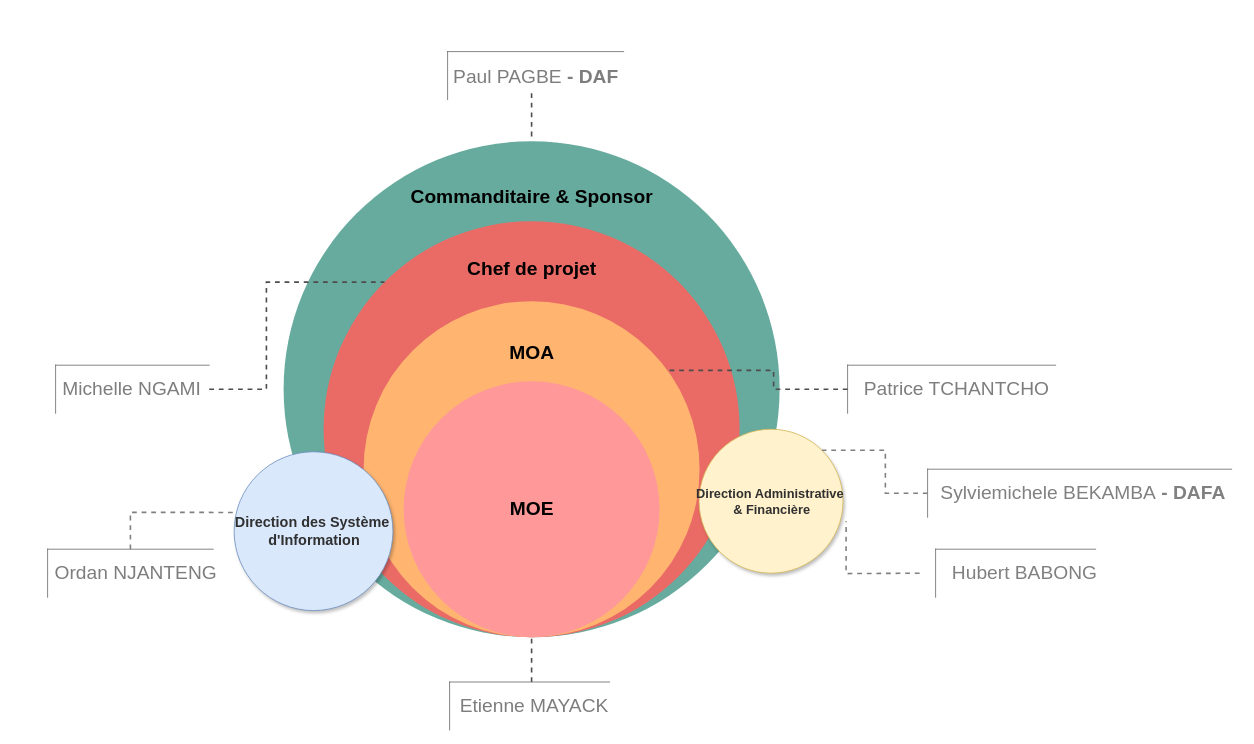
Before: page "Gouvernance du Projet" (5 of 5) of Conception_DSF.drawio in Michelle-Ngami/Conception_DSF, a draw.io diagram. Source tidied: cells renumbered, new cells numbered last; positions are measured from the earlier drawing's top-left corner, leaving out a move shared by most shapes. Both pictures are drawn from the tidied source at 80%, with x=0, y=0 at pixel (43, 51).
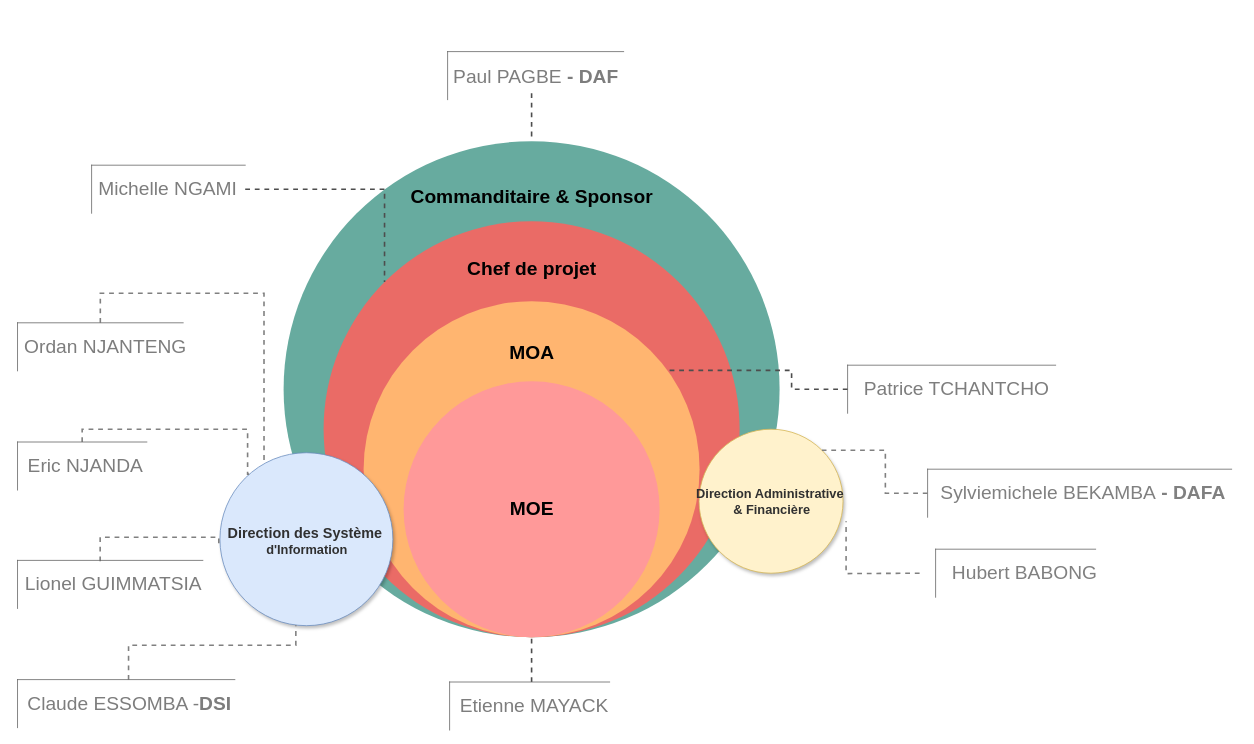
The same diagram, later.

The change refers to these unchanged cells:
```xml
<mxCell id="13" style="shape=partialRectangle;whiteSpace=wrap;html=1;bottom=0;right=0;fillColor=none;strokeColor=#666666;" parent="12" vertex="1">
  <mxGeometry width="260" height="60" as="geometry" />
</mxCell>
<mxCell id="24" style="ellipse;whiteSpace=wrap;html=1;fillColor=#FFB570;strokeColor=none;" parent="23" vertex="1">
  <mxGeometry width="420" height="420" as="geometry" />
</mxCell>
```

Diff of the diagram source:
```diff
@@
     <mxCell id="9" style="group;rotation=0;flipV=1;" parent="1" vertex="1">
-      <mxGeometry x="5" y="392" width="205" height="60" as="geometry" />
+      <mxGeometry x="50" y="142" width="205" height="60" as="geometry" />
     </mxCell>
@@
     <mxCell id="31" style="edgeStyle=orthogonalEdgeStyle;shape=connector;rounded=0;jettySize=auto;html=1;entryX=0.897;entryY=0.206;entryDx=0;entryDy=0;dashed=1;strokeColor=#4D4D4D;align=center;verticalAlign=middle;fontFamily=Helvetica;fontSize=11;fontColor=default;labelBackgroundColor=default;endArrow=none;endFill=0;strokeWidth=2;exitX=0;exitY=0.5;exitDx=0;exitDy=0;entryPerimeter=0;" parent="1" edge="1" source="13" target="24">
-      <mxGeometry relative="1" as="geometry" />
+      <mxGeometry relative="1" as="geometry">
+        <Array as="points">
+          <mxPoint x="935" y="422" />
+          <mxPoint x="935" y="398" />
+        </Array>
+      </mxGeometry>
     </mxCell>
     <mxCell id="32" style="group;" parent="1" vertex="1">
-      <mxGeometry x="225" y="487" width="231.6" height="225" as="geometry" />
+      <mxGeometry x="206" y="487" width="252.2" height="245" as="geometry" />
     </mxCell>
     <mxCell id="33" style="ellipse;whiteSpace=wrap;html=1;fillColor=#dae8fc;strokeColor=#6c8ebf;shadow=1;" parent="32" vertex="1">
-      <mxGeometry x="13.2" y="13.2" width="198.5" height="198.5" as="geometry" />
+      <mxGeometry x="14.4" y="14.4" width="216.2" height="216.2" as="geometry" />
     </mxCell>
-    <mxCell id="34" value="&lt;span style=&quot;font-family: Calibri; color: rgb(48, 48, 48);&quot;&gt;&lt;strong style=&quot;&quot;&gt;&lt;font style=&quot;font-size: 18px;&quot;&gt;Direction des Système&amp;nbsp;&lt;/font&gt;&lt;/strong&gt;&lt;/span&gt;&lt;div&gt;&lt;span style=&quot;font-family: Calibri; color: rgb(48, 48, 48);&quot;&gt;&lt;strong style=&quot;&quot;&gt;&lt;font style=&quot;font-size: 18px;&quot;&gt;d'Information&lt;/font&gt;&lt;/strong&gt;&lt;/span&gt;&lt;/div&gt;" style="text;html=1;align=center;verticalAlign=middle;points=[];strokeColor=none;fillColor=none;" parent="32" vertex="1">
-      <mxGeometry x="17.5" y="82.5" width="190" height="60" as="geometry" />
+    <mxCell id="34" value="&lt;span style=&quot;font-family: Calibri; color: rgb(48, 48, 48);&quot;&gt;&lt;font style=&quot;font-size: 18px;&quot;&gt;&lt;b style=&quot;&quot;&gt;Direction des Système&amp;nbsp;&lt;/b&gt;&lt;/font&gt;&lt;/span&gt;&lt;div&gt;&lt;span style=&quot;font-family: Calibri; color: rgb(48, 48, 48);&quot;&gt;&lt;font size=&quot;3&quot; style=&quot;&quot;&gt;&lt;b style=&quot;&quot;&gt;d'Information&lt;/b&gt;&lt;/font&gt;&lt;/span&gt;&lt;/div&gt;" style="text;html=1;align=center;verticalAlign=middle;points=[];strokeColor=none;fillColor=none;" parent="32" vertex="1">
+      <mxGeometry x="27.5" y="100" width="190" height="50" as="geometry" />
     </mxCell>
@@
+    <mxCell id="48" style="edgeStyle=orthogonalEdgeStyle;shape=connector;rounded=0;jettySize=auto;html=1;dashed=1;strokeColor=#808080;align=center;verticalAlign=middle;fontFamily=Helvetica;fontSize=11;fontColor=default;labelBackgroundColor=default;endArrow=none;endFill=0;strokeWidth=2;exitX=0.5;exitY=0;exitDx=0;exitDy=0;entryX=0.255;entryY=0.065;entryDx=0;entryDy=0;entryPerimeter=0;" parent="1" edge="1" source="46" target="33">
+      <mxGeometry relative="1" as="geometry">
+        <Array as="points">
+          <mxPoint x="71" y="302" />
+          <mxPoint x="275" y="302" />
+          <mxPoint x="275" y="515" />
+        </Array>
+      </mxGeometry>
+    </mxCell>
+    <mxCell id="49" style="edgeStyle=orthogonalEdgeStyle;shape=connector;rounded=0;jettySize=auto;html=1;dashed=1;strokeColor=#808080;align=center;verticalAlign=middle;fontFamily=Helvetica;fontSize=11;fontColor=default;labelBackgroundColor=default;endArrow=none;endFill=0;strokeWidth=2;exitX=0.5;exitY=0;exitDx=0;exitDy=0;entryX=0.169;entryY=0.124;entryDx=0;entryDy=0;entryPerimeter=0;" parent="1" edge="1" source="53" target="33">
+      <mxGeometry relative="1" as="geometry">
+        <Array as="points">
+          <mxPoint x="48" y="472" />
+          <mxPoint x="255" y="472" />
+          <mxPoint x="255" y="528" />
+        </Array>
+      </mxGeometry>
+    </mxCell>
+    <mxCell id="50" style="edgeStyle=orthogonalEdgeStyle;shape=connector;rounded=0;jettySize=auto;html=1;entryX=0.003;entryY=0.537;entryDx=0;entryDy=0;entryPerimeter=0;dashed=1;strokeColor=#808080;align=center;verticalAlign=middle;fontFamily=Helvetica;fontSize=11;fontColor=default;labelBackgroundColor=default;endArrow=none;endFill=0;strokeWidth=2;exitX=0.5;exitY=0;exitDx=0;exitDy=0;" parent="1" edge="1" target="33">
+      <mxGeometry relative="1" as="geometry">
+        <mxPoint x="70.7" y="637" as="sourcePoint" />
+        <Array as="points">
+          <mxPoint x="71" y="607" />
+          <mxPoint x="219" y="607" />
+        </Array>
+      </mxGeometry>
+    </mxCell>
+    <mxCell id="51" style="edgeStyle=orthogonalEdgeStyle;shape=connector;rounded=0;jettySize=auto;html=1;entryX=0.439;entryY=0.998;entryDx=0;entryDy=0;entryPerimeter=0;dashed=1;strokeColor=#808080;align=center;verticalAlign=middle;fontFamily=Helvetica;fontSize=11;fontColor=default;labelBackgroundColor=default;endArrow=none;endFill=0;strokeWidth=2;exitX=0.511;exitY=0.005;exitDx=0;exitDy=0;exitPerimeter=0;" parent="1" edge="1" source="60" target="33">
+      <mxGeometry relative="1" as="geometry">
+        <Array as="points">
+          <mxPoint x="132" y="742" />
+          <mxPoint x="325" y="742" />
+        </Array>
+      </mxGeometry>
+    </mxCell>
+    <mxCell id="52" style="group;" parent="1" vertex="1">
+      <mxGeometry x="-32.6" y="488" width="170" height="60" as="geometry" />
+    </mxCell>
+    <mxCell id="53" style="shape=partialRectangle;whiteSpace=wrap;html=1;bottom=0;right=0;fillColor=none;direction=east;strokeColor=#666666;" parent="52" vertex="1">
+      <mxGeometry width="161.6" height="60" as="geometry" />
+    </mxCell>
+    <mxCell id="54" value="&lt;font color=&quot;#7d7d7d&quot;&gt;&lt;span style=&quot;font-size: 24px;&quot;&gt;Eric NJANDA&lt;/span&gt;&lt;/font&gt;" style="text;html=1;align=center;verticalAlign=middle;strokeColor=none;fillColor=none;" parent="52" vertex="1">
+      <mxGeometry y="10" width="170" height="40" as="geometry" />
+    </mxCell>
+    <mxCell id="55" style="group;" parent="1" vertex="1">
+      <mxGeometry x="-37.6" y="339" width="230" height="60" as="geometry" />
+    </mxCell>
-    <mxCell id="46" style="shape=partialRectangle;whiteSpace=wrap;html=1;bottom=0;right=0;fillColor=none;direction=east;strokeColor=#666666;" parent="1" vertex="1">
-      <mxGeometry x="5" y="622" width="207" height="60" as="geometry" />
+    <mxCell id="46" style="shape=partialRectangle;whiteSpace=wrap;html=1;bottom=0;right=0;fillColor=none;direction=east;strokeColor=#666666;" parent="55" vertex="1">
+      <mxGeometry x="5" width="207" height="60" as="geometry" />
     </mxCell>
-    <mxCell id="47" value="&lt;font color=&quot;#7d7d7d&quot;&gt;&lt;span style=&quot;font-size: 24px;&quot;&gt;Ordan NJANTENG&lt;/span&gt;&lt;/font&gt;" style="text;html=1;align=center;verticalAlign=middle;strokeColor=none;fillColor=none;" parent="1" vertex="1">
-      <mxGeometry y="632" width="230" height="40" as="geometry" />
+    <mxCell id="47" value="&lt;font color=&quot;#7d7d7d&quot;&gt;&lt;span style=&quot;font-size: 24px;&quot;&gt;Ordan NJANTENG&lt;/span&gt;&lt;/font&gt;" style="text;html=1;align=center;verticalAlign=middle;strokeColor=none;fillColor=none;" parent="55" vertex="1">
+      <mxGeometry y="10" width="230" height="40" as="geometry" />
     </mxCell>
-    <mxCell id="48" style="edgeStyle=orthogonalEdgeStyle;shape=connector;rounded=0;jettySize=auto;html=1;entryX=-0.006;entryY=0.109;entryDx=0;entryDy=0;entryPerimeter=0;dashed=1;strokeColor=#808080;align=center;verticalAlign=middle;fontFamily=Helvetica;fontSize=11;fontColor=default;labelBackgroundColor=default;endArrow=none;endFill=0;strokeWidth=2;exitX=0.5;exitY=0;exitDx=0;exitDy=0;" parent="1" edge="1" source="46" target="34">
-      <mxGeometry relative="1" as="geometry" />
-    </mxCell>
+    <mxCell id="56" style="group;" parent="1" vertex="1">
+      <mxGeometry x="-32.6" y="636" width="240" height="60" as="geometry" />
+    </mxCell>
+    <mxCell id="57" style="shape=partialRectangle;whiteSpace=wrap;html=1;bottom=0;right=0;fillColor=none;direction=east;strokeColor=#666666;" parent="56" vertex="1">
+      <mxGeometry width="231.6" height="60" as="geometry" />
+    </mxCell>
+    <mxCell id="58" value="&lt;font color=&quot;#7d7d7d&quot;&gt;&lt;span style=&quot;font-size: 24px;&quot;&gt;Lionel GUIMMATSIA&lt;/span&gt;&lt;/font&gt;" style="text;html=1;align=center;verticalAlign=middle;strokeColor=none;fillColor=none;" parent="56" vertex="1">
+      <mxGeometry y="10" width="240" height="40" as="geometry" />
+    </mxCell>
+    <mxCell id="59" style="group;" parent="1" vertex="1">
+      <mxGeometry x="-32.6" y="785" width="280" height="60" as="geometry" />
+    </mxCell>
+    <mxCell id="60" style="shape=partialRectangle;whiteSpace=wrap;html=1;bottom=0;right=0;fillColor=none;direction=east;strokeColor=#666666;" parent="59" vertex="1">
+      <mxGeometry width="271.6" height="60" as="geometry" />
+    </mxCell>
+    <mxCell id="61" value="&lt;font color=&quot;#7d7d7d&quot;&gt;&lt;span style=&quot;font-size: 24px;&quot;&gt;Claude ESSOMBA -&lt;b&gt;DSI&lt;/b&gt;&lt;/span&gt;&lt;/font&gt;" style="text;html=1;align=center;verticalAlign=middle;strokeColor=none;fillColor=none;" parent="59" vertex="1">
+      <mxGeometry y="10" width="280" height="40" as="geometry" />
+    </mxCell>
```
